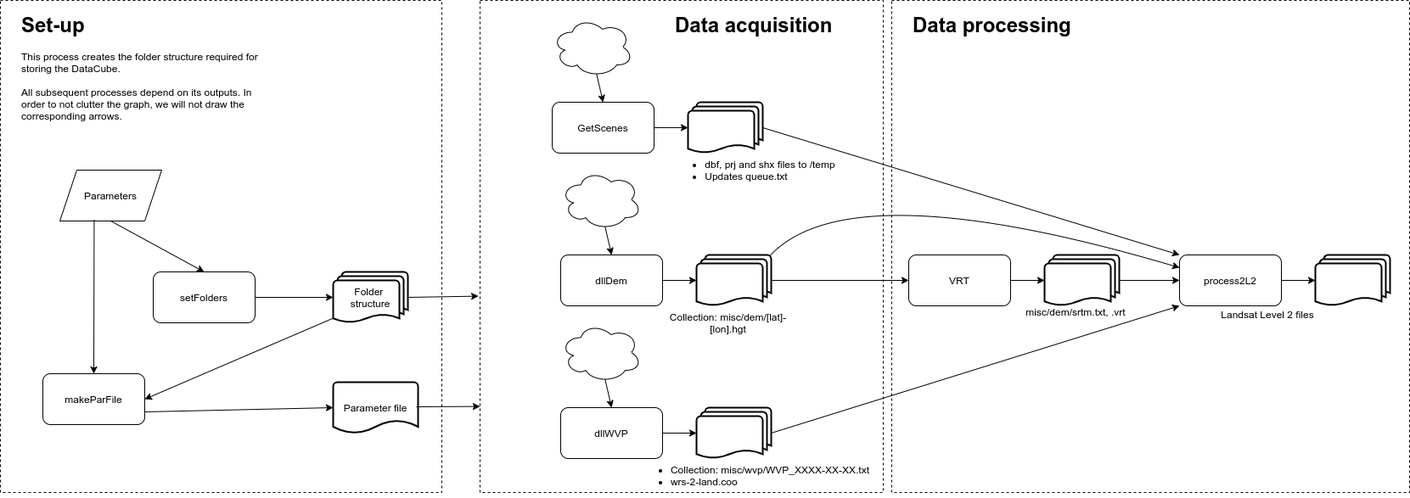
The draw.io diagram img/flow.png in RETURN-project/makeDataCube, before a commit. Source tidied: cells renumbered, new cells last; positions are measured from the earlier drawing's top-left corner, leaving out a move shared by most shapes.
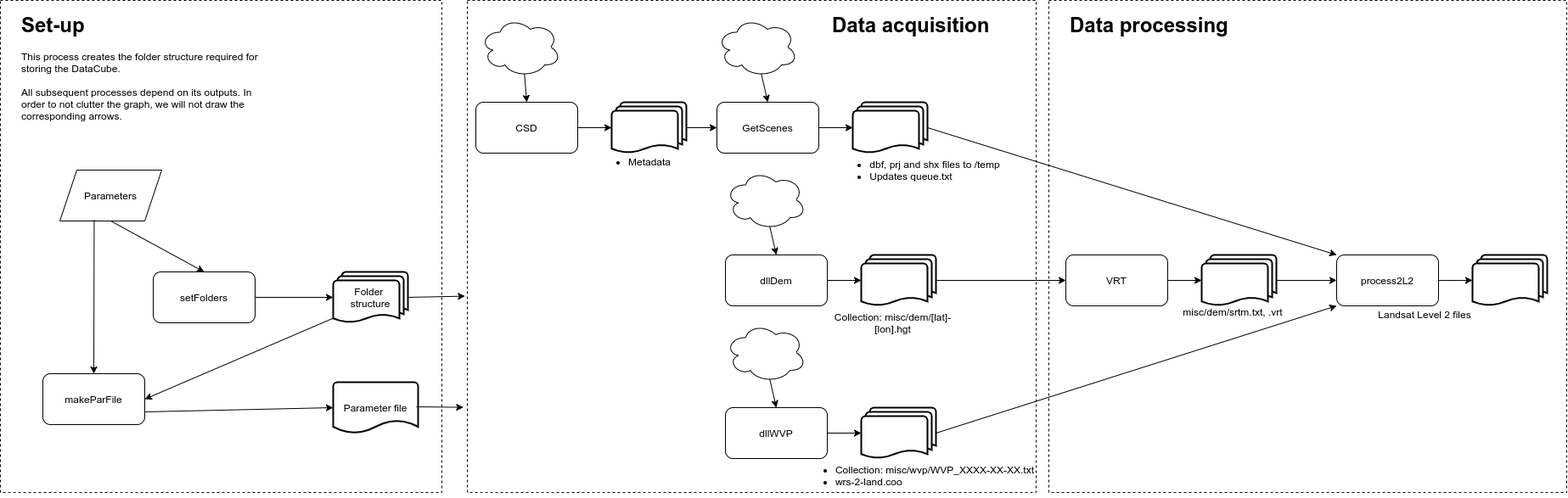
The same diagram one commit later.

Commit message:
Update flow diagram

Diff of the diagram source:
```diff
@@ -2,6 +2,12 @@
   <root>
     <mxCell id="0" />
     <mxCell id="1" parent="0" />
+    <mxCell id="45" style="rounded=0.1;whiteSpace=wrap;html=1;dashed=1;fillColor=none;glass=1;" parent="1" vertex="1">
+      <mxGeometry x="550" width="670" height="580" as="geometry" />
+    </mxCell>
+    <mxCell id="47" style="rounded=0.1;whiteSpace=wrap;html=1;dashed=1;fillColor=none;glass=1;" parent="1" vertex="1">
+      <mxGeometry x="1235" width="610" height="580" as="geometry" />
+    </mxCell>
     <mxCell id="2" value="Parameters" style="shape=parallelogram;perimeter=parallelogramPerimeter;whiteSpace=wrap;html=1;fixedSize=1;" parent="1" vertex="1">
       <mxGeometry x="70" y="200" width="120" height="60" as="geometry" />
     </mxCell>
@@ -36,55 +42,55 @@
       <mxGeometry width="520" height="580" as="geometry" />
     </mxCell>
     <mxCell id="13" value="GetScenes" style="rounded=1;whiteSpace=wrap;html=1;glass=0;strokeColor=#000000;fillColor=#FFFFFF;" parent="1" vertex="1">
-      <mxGeometry x="650" y="120" width="120" height="60" as="geometry" />
+      <mxGeometry x="844" y="120" width="120" height="60" as="geometry" />
     </mxCell>
     <mxCell id="14" style="ellipse;shape=cloud;whiteSpace=wrap;html=1;glass=0;strokeColor=#000000;fillColor=#FFFFFF;" parent="1" vertex="1">
-      <mxGeometry x="650" y="20" width="95" height="70" as="geometry" />
+      <mxGeometry x="844" y="20" width="95" height="70" as="geometry" />
     </mxCell>
     <mxCell id="15" style="endArrow=classic;html=1;exitX=0.55;exitY=0.95;exitDx=0;exitDy=0;exitPerimeter=0;entryX=0.5;entryY=0;entryDx=0;entryDy=0;" parent="1" edge="1" source="14" target="13">
       <mxGeometry relative="1" as="geometry" />
     </mxCell>
     <mxCell id="16" style="strokeWidth=2;html=1;shape=mxgraph.flowchart.multi-document;whiteSpace=wrap;glass=0;fillColor=#FFFFFF;" parent="1" vertex="1">
-      <mxGeometry x="810" y="120" width="88" height="60" as="geometry" />
+      <mxGeometry x="1004" y="120" width="88" height="60" as="geometry" />
     </mxCell>
     <mxCell id="17" style="endArrow=classic;html=1;exitX=1;exitY=0.5;exitDx=0;exitDy=0;entryX=0;entryY=0.5;entryDx=0;entryDy=0;entryPerimeter=0;" parent="1" edge="1" source="13" target="16">
       <mxGeometry relative="1" as="geometry" />
     </mxCell>
     <mxCell id="18" value="dllDem" style="rounded=1;whiteSpace=wrap;html=1;glass=0;strokeColor=#000000;fillColor=#FFFFFF;" parent="1" vertex="1">
-      <mxGeometry x="660" y="300" width="120" height="60" as="geometry" />
+      <mxGeometry x="854" y="300" width="120" height="60" as="geometry" />
     </mxCell>
     <mxCell id="19" style="ellipse;shape=cloud;whiteSpace=wrap;html=1;glass=0;strokeColor=#000000;fillColor=#FFFFFF;" parent="1" vertex="1">
-      <mxGeometry x="660" y="200" width="95" height="70" as="geometry" />
+      <mxGeometry x="854" y="200" width="95" height="70" as="geometry" />
     </mxCell>
     <mxCell id="20" style="endArrow=classic;html=1;exitX=0.55;exitY=0.95;exitDx=0;exitDy=0;exitPerimeter=0;entryX=0.5;entryY=0;entryDx=0;entryDy=0;" parent="1" edge="1" source="19" target="18">
       <mxGeometry relative="1" as="geometry" />
     </mxCell>
     <mxCell id="21" style="strokeWidth=2;html=1;shape=mxgraph.flowchart.multi-document;whiteSpace=wrap;glass=0;fillColor=#FFFFFF;" parent="1" vertex="1">
-      <mxGeometry x="820" y="300" width="88" height="60" as="geometry" />
+      <mxGeometry x="1014" y="300" width="88" height="60" as="geometry" />
     </mxCell>
     <mxCell id="22" style="endArrow=classic;html=1;exitX=1;exitY=0.5;exitDx=0;exitDy=0;entryX=0;entryY=0.5;entryDx=0;entryDy=0;entryPerimeter=0;" parent="1" edge="1" source="18" target="21">
       <mxGeometry relative="1" as="geometry" />
     </mxCell>
     <mxCell id="23" value="dllWVP" style="rounded=1;whiteSpace=wrap;html=1;glass=0;strokeColor=#000000;fillColor=#FFFFFF;" parent="1" vertex="1">
-      <mxGeometry x="660" y="480" width="120" height="60" as="geometry" />
+      <mxGeometry x="854" y="480" width="120" height="60" as="geometry" />
     </mxCell>
     <mxCell id="24" style="ellipse;shape=cloud;whiteSpace=wrap;html=1;glass=0;strokeColor=#000000;fillColor=#FFFFFF;" parent="1" vertex="1">
-      <mxGeometry x="660" y="380" width="95" height="70" as="geometry" />
+      <mxGeometry x="854" y="380" width="95" height="70" as="geometry" />
     </mxCell>
     <mxCell id="25" style="endArrow=classic;html=1;exitX=0.55;exitY=0.95;exitDx=0;exitDy=0;exitPerimeter=0;entryX=0.5;entryY=0;entryDx=0;entryDy=0;" parent="1" edge="1" source="24" target="23">
       <mxGeometry relative="1" as="geometry" />
     </mxCell>
     <mxCell id="26" style="strokeWidth=2;html=1;shape=mxgraph.flowchart.multi-document;whiteSpace=wrap;glass=0;fillColor=#FFFFFF;" parent="1" vertex="1">
-      <mxGeometry x="820" y="480" width="88" height="60" as="geometry" />
+      <mxGeometry x="1014" y="480" width="88" height="60" as="geometry" />
     </mxCell>
     <mxCell id="27" style="endArrow=classic;html=1;exitX=1;exitY=0.5;exitDx=0;exitDy=0;entryX=0;entryY=0.5;entryDx=0;entryDy=0;entryPerimeter=0;" parent="1" edge="1" source="23" target="26">
       <mxGeometry relative="1" as="geometry" />
     </mxCell>
     <mxCell id="28" value="VRT" style="rounded=1;whiteSpace=wrap;html=1;glass=0;strokeColor=#000000;fillColor=#FFFFFF;" parent="1" vertex="1">
-      <mxGeometry x="1070" y="300" width="120" height="60" as="geometry" />
+      <mxGeometry x="1255" y="300" width="120" height="60" as="geometry" />
     </mxCell>
     <mxCell id="29" style="strokeWidth=2;html=1;shape=mxgraph.flowchart.multi-document;whiteSpace=wrap;glass=0;fillColor=#FFFFFF;" parent="1" vertex="1">
-      <mxGeometry x="1230" y="300" width="88" height="60" as="geometry" />
+      <mxGeometry x="1415" y="300" width="88" height="60" as="geometry" />
     </mxCell>
     <mxCell id="30" style="endArrow=classic;html=1;exitX=1;exitY=0.5;exitDx=0;exitDy=0;entryX=0;entryY=0.5;entryDx=0;entryDy=0;entryPerimeter=0;" parent="1" edge="1" source="28" target="29">
       <mxGeometry relative="1" as="geometry" />
@@ -93,10 +99,10 @@
       <mxGeometry relative="1" as="geometry" />
     </mxCell>
     <mxCell id="32" value="process2L2" style="rounded=1;whiteSpace=wrap;html=1;glass=0;strokeColor=#000000;fillColor=#FFFFFF;" parent="1" vertex="1">
-      <mxGeometry x="1389" y="300" width="120" height="60" as="geometry" />
+      <mxGeometry x="1574" y="300" width="120" height="60" as="geometry" />
     </mxCell>
     <mxCell id="33" style="strokeWidth=2;html=1;shape=mxgraph.flowchart.multi-document;whiteSpace=wrap;glass=0;fillColor=#FFFFFF;" parent="1" vertex="1">
-      <mxGeometry x="1549" y="300" width="88" height="60" as="geometry" />
+      <mxGeometry x="1734" y="300" width="88" height="60" as="geometry" />
     </mxCell>
     <mxCell id="34" style="endArrow=classic;html=1;exitX=1;exitY=0.5;exitDx=0;exitDy=0;entryX=0;entryY=0.5;entryDx=0;entryDy=0;entryPerimeter=0;" parent="1" edge="1" source="32" target="33">
       <mxGeometry relative="1" as="geometry" />
@@ -110,53 +116,60 @@
     <mxCell id="37" style="endArrow=classic;html=1;exitX=1;exitY=0.5;exitDx=0;exitDy=0;exitPerimeter=0;entryX=0;entryY=0;entryDx=0;entryDy=0;" parent="1" edge="1" source="16" target="32">
       <mxGeometry relative="1" as="geometry" />
     </mxCell>
-    <mxCell id="38" style="curved=1;endArrow=classic;html=1;exitX=0.98;exitY=0.02;exitDx=0;exitDy=0;exitPerimeter=0;entryX=0;entryY=0.25;entryDx=0;entryDy=0;" parent="1" edge="1" source="21" target="32">
-      <mxGeometry relative="1" as="geometry">
-        <Array as="points">
-          <mxPoint x="1000" y="200" />
-        </Array>
-      </mxGeometry>
-    </mxCell>
     <mxCell id="39" value="&lt;h1&gt;Set-up&lt;/h1&gt;&lt;p&gt;This process creates the folder structure required for storing the DataCube. &lt;br&gt;&lt;br&gt;All subsequent processes depend on its outputs. In order to not clutter the graph, we will not draw the corresponding arrows.&lt;/p&gt;" style="text;html=1;strokeColor=none;fillColor=none;spacing=5;spacingTop=-20;whiteSpace=wrap;overflow=hidden;rounded=0;glass=0;" parent="1" vertex="1">
       <mxGeometry x="20" y="10" width="310" height="140" as="geometry" />
     </mxCell>
     <mxCell id="40" value="&lt;ul&gt;&lt;li&gt;dbf, prj and shx files to /temp&lt;/li&gt;&lt;li style=&quot;text-align: left&quot;&gt;Updates queue.txt&lt;/li&gt;&lt;/ul&gt;" style="text;html=1;strokeColor=none;fillColor=none;align=center;verticalAlign=middle;whiteSpace=wrap;rounded=0;" parent="1" vertex="1">
-      <mxGeometry x="740" y="190" width="294" height="20" as="geometry" />
+      <mxGeometry x="934" y="190" width="294" height="20" as="geometry" />
     </mxCell>
     <mxCell id="41" value="&lt;span&gt;Collection: misc/dem/[lat]-[lon].hgt&lt;/span&gt;" style="text;html=1;strokeColor=none;fillColor=none;align=center;verticalAlign=middle;whiteSpace=wrap;rounded=0;" parent="1" vertex="1">
-      <mxGeometry x="780" y="370" width="155" height="20" as="geometry" />
+      <mxGeometry x="974" y="370" width="155" height="20" as="geometry" />
     </mxCell>
     <mxCell id="42" value="&lt;span&gt;misc/dem/srtm.txt, .vrt&lt;/span&gt;" style="text;html=1;strokeColor=none;fillColor=none;align=center;verticalAlign=middle;whiteSpace=wrap;rounded=0;" parent="1" vertex="1">
-      <mxGeometry x="1120" y="357" width="294" height="20" as="geometry" />
+      <mxGeometry x="1305" y="357" width="294" height="20" as="geometry" />
     </mxCell>
     <mxCell id="43" value="&lt;ul&gt;&lt;li&gt;Collection: misc/wvp/WVP_XXXX-XX-XX.txt&lt;/li&gt;&lt;li style=&quot;text-align: left&quot;&gt;wrs-2-land.coo&lt;/li&gt;&lt;/ul&gt;" style="text;html=1;strokeColor=none;fillColor=none;align=center;verticalAlign=middle;whiteSpace=wrap;rounded=0;" parent="1" vertex="1">
-      <mxGeometry x="740" y="550" width="294" height="20" as="geometry" />
+      <mxGeometry x="934" y="550" width="294" height="20" as="geometry" />
     </mxCell>
     <mxCell id="44" value="&lt;span&gt;Landsat Level 2 files&lt;br&gt;&lt;/span&gt;" style="text;html=1;strokeColor=none;fillColor=none;align=center;verticalAlign=middle;whiteSpace=wrap;rounded=0;" parent="1" vertex="1">
-      <mxGeometry x="1346" y="360" width="294" height="20" as="geometry" />
+      <mxGeometry x="1531" y="360" width="294" height="20" as="geometry" />
     </mxCell>
-    <mxCell id="45" style="rounded=0.1;whiteSpace=wrap;html=1;dashed=1;fillColor=none;glass=1;" parent="1" vertex="1">
-      <mxGeometry x="565" width="475" height="580" as="geometry" />
-    </mxCell>
     <mxCell id="46" value="&lt;h1&gt;Data acquisition&lt;/h1&gt;" style="text;html=1;strokeColor=none;fillColor=none;spacing=5;spacingTop=-20;whiteSpace=wrap;overflow=hidden;rounded=0;glass=0;" parent="1" vertex="1">
-      <mxGeometry x="790" y="10" width="310" height="140" as="geometry" />
+      <mxGeometry x="975" y="10" width="310" height="140" as="geometry" />
     </mxCell>
-    <mxCell id="47" style="rounded=0.1;whiteSpace=wrap;html=1;dashed=1;fillColor=none;glass=1;" parent="1" vertex="1">
-      <mxGeometry x="1050" width="610" height="580" as="geometry" />
-    </mxCell>
     <mxCell id="48" value="&lt;h1&gt;Data processing&lt;/h1&gt;" style="text;html=1;strokeColor=none;fillColor=none;spacing=5;spacingTop=-20;whiteSpace=wrap;overflow=hidden;rounded=0;glass=0;" parent="1" vertex="1">
-      <mxGeometry x="1070" y="10" width="310" height="140" as="geometry" />
+      <mxGeometry x="1255" y="10" width="310" height="140" as="geometry" />
     </mxCell>
     <mxCell id="49" style="endArrow=classic;html=1;entryX=-0.004;entryY=0.601;entryDx=0;entryDy=0;entryPerimeter=0;" parent="1" edge="1" target="45">
       <mxGeometry relative="1" as="geometry">
         <mxPoint x="480" y="350" as="sourcePoint" />
       </mxGeometry>
     </mxCell>
-    <mxCell id="50" style="endArrow=classic;html=1;entryX=-0.004;entryY=0.601;entryDx=0;entryDy=0;entryPerimeter=0;" parent="1" edge="1">
+    <mxCell id="50" style="endArrow=classic;html=1;entryX=-0.007;entryY=0.827;entryDx=0;entryDy=0;entryPerimeter=0;" parent="1" edge="1" target="45">
       <mxGeometry relative="1" as="geometry">
         <mxPoint x="490" y="479" as="sourcePoint" />
-        <mxPoint x="565" y="478.6" as="targetPoint" />
       </mxGeometry>
     </mxCell>
+    <mxCell id="51" style="ellipse;shape=cloud;whiteSpace=wrap;html=1;glass=0;strokeColor=#000000;fillColor=#FFFFFF;" parent="1" vertex="1">
+      <mxGeometry x="565" y="20" width="95" height="70" as="geometry" />
+    </mxCell>
+    <mxCell id="52" value="CSD" style="rounded=1;whiteSpace=wrap;html=1;glass=0;strokeColor=#000000;fillColor=#FFFFFF;" parent="1" vertex="1">
+      <mxGeometry x="560" y="120" width="120" height="60" as="geometry" />
+    </mxCell>
+    <mxCell id="53" style="endArrow=classic;html=1;exitX=0.55;exitY=0.95;exitDx=0;exitDy=0;exitPerimeter=0;entryX=0.5;entryY=0;entryDx=0;entryDy=0;" parent="1" edge="1" source="51" target="52">
+      <mxGeometry relative="1" as="geometry" />
+    </mxCell>
+    <mxCell id="54" style="endArrow=classic;html=1;exitX=1;exitY=0.5;exitDx=0;exitDy=0;entryX=0;entryY=0.5;entryDx=0;entryDy=0;entryPerimeter=0;" parent="1" edge="1" source="52" target="56">
+      <mxGeometry relative="1" as="geometry" />
+    </mxCell>
+    <mxCell id="55" value="&lt;ul&gt;&lt;li&gt;Metadata&lt;/li&gt;&lt;/ul&gt;" style="text;html=1;strokeColor=none;fillColor=none;align=center;verticalAlign=middle;whiteSpace=wrap;rounded=0;" parent="1" vertex="1">
+      <mxGeometry x="660" y="180" width="170" height="20" as="geometry" />
+    </mxCell>
+    <mxCell id="56" style="strokeWidth=2;html=1;shape=mxgraph.flowchart.multi-document;whiteSpace=wrap;glass=0;fillColor=#FFFFFF;" parent="1" vertex="1">
+      <mxGeometry x="720" y="120" width="88" height="60" as="geometry" />
+    </mxCell>
+    <mxCell id="57" style="endArrow=classic;html=1;exitX=1;exitY=0.5;exitDx=0;exitDy=0;entryX=0;entryY=0.5;entryDx=0;entryDy=0;exitPerimeter=0;" parent="1" edge="1" source="56" target="13">
+      <mxGeometry relative="1" as="geometry" />
+    </mxCell>
   </root>
 </mxGraphModel>
```
